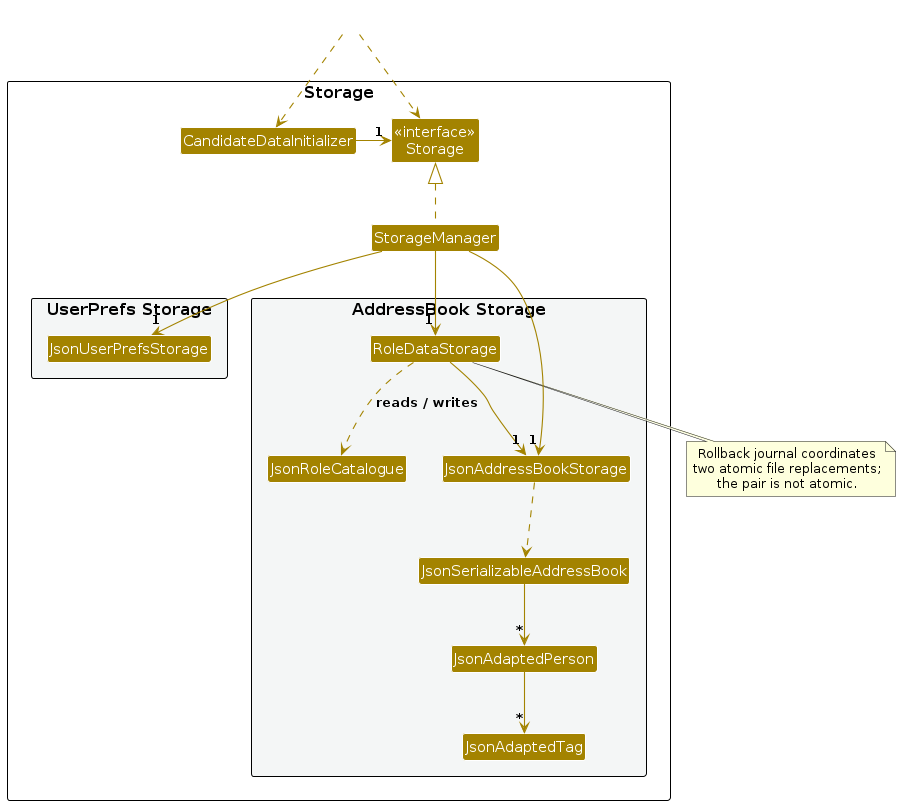
Earlier version of the PlantUML export diagrams/StorageClassDiagram.png (AY2627S1-CS2103-F10-1/tp). Its source is kept beside it as diagrams/StorageClassDiagram.puml.
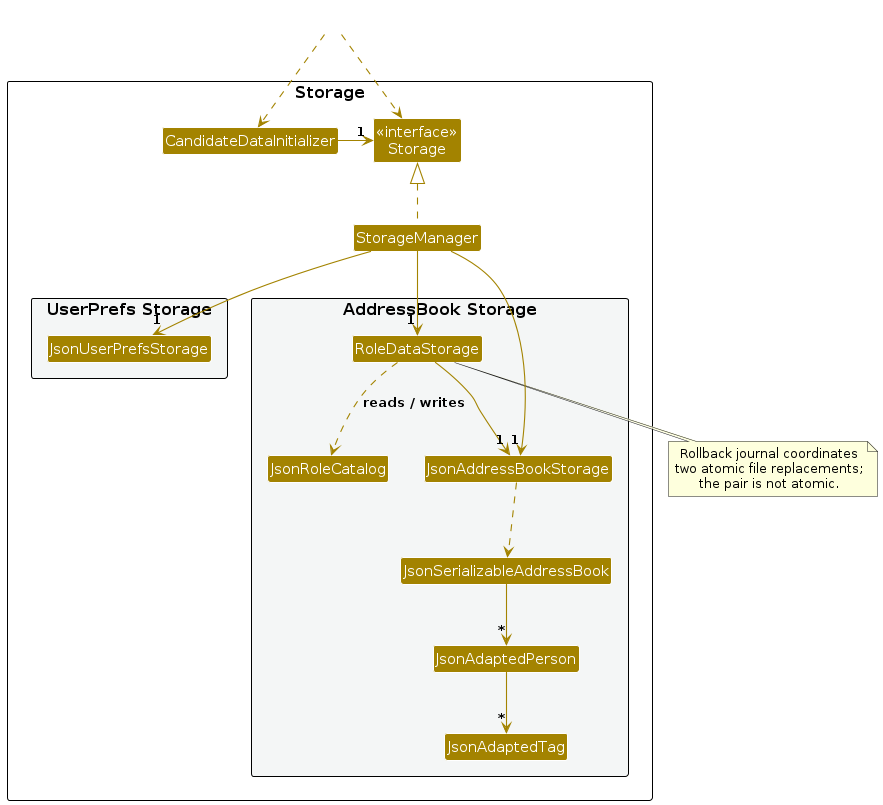
After the change.

Change to the diagram source:
```diff
@@ -16,7 +16,7 @@
 
 package "AddressBook Storage" #F4F6F6{
 Class RoleDataStorage
-Class JsonRoleCatalogue
+Class JsonRoleCatalog
 Class JsonAddressBookStorage
 Class JsonSerializableAddressBook
 Class JsonAdaptedPerson
@@ -35,7 +35,7 @@
 StorageManager -down-> "1" JsonAddressBookStorage
 StorageManager -down-> "1" RoleDataStorage
 RoleDataStorage --> "1" JsonAddressBookStorage
-RoleDataStorage ..> JsonRoleCatalogue : reads / writes
+RoleDataStorage ..> JsonRoleCatalog : reads / writes
 note bottom of RoleDataStorage
   Rollback journal coordinates
   two atomic file replacements;
```
